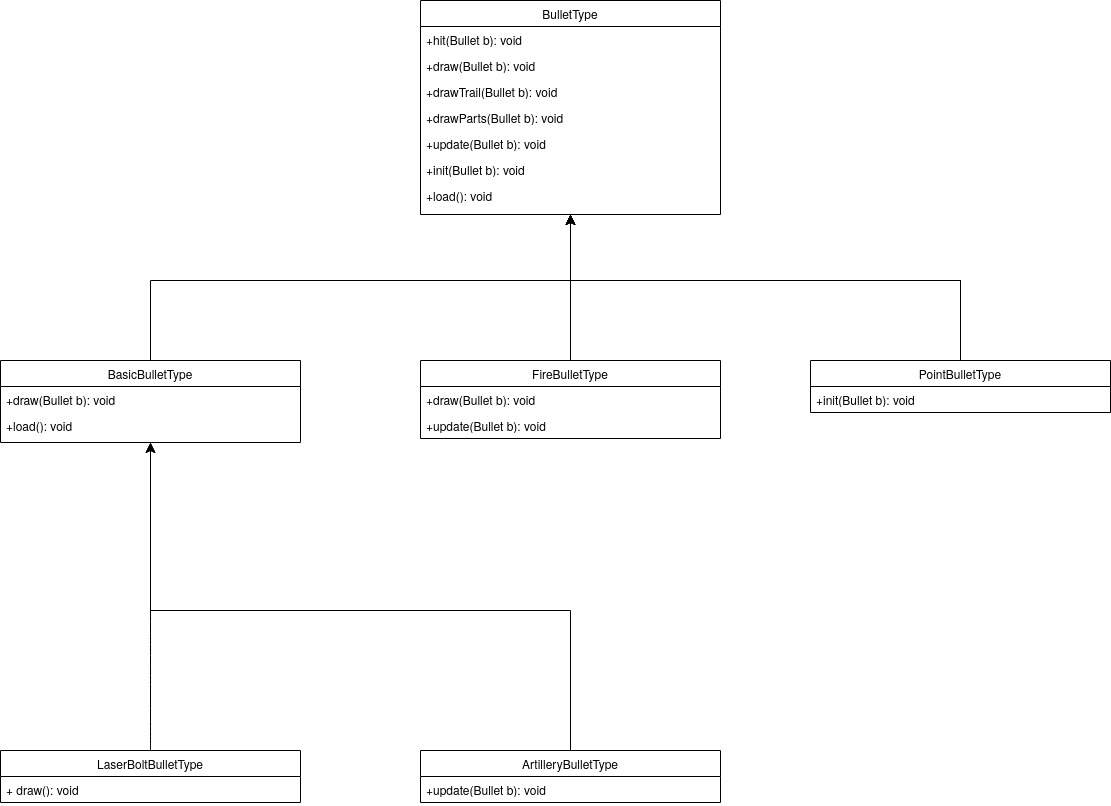
gabits17/Mindustry-Add-ons-SE-Project keeps this draw.io diagram as SE202526/Milestone2/DesignPatterns/ManuelOliveira/Assets/Template_diagram.png. Above is the earlier version. Source tidied: cells renumbered, new cells last; positions are measured from the earlier drawing's top-left corner, leaving out a move shared by most shapes.
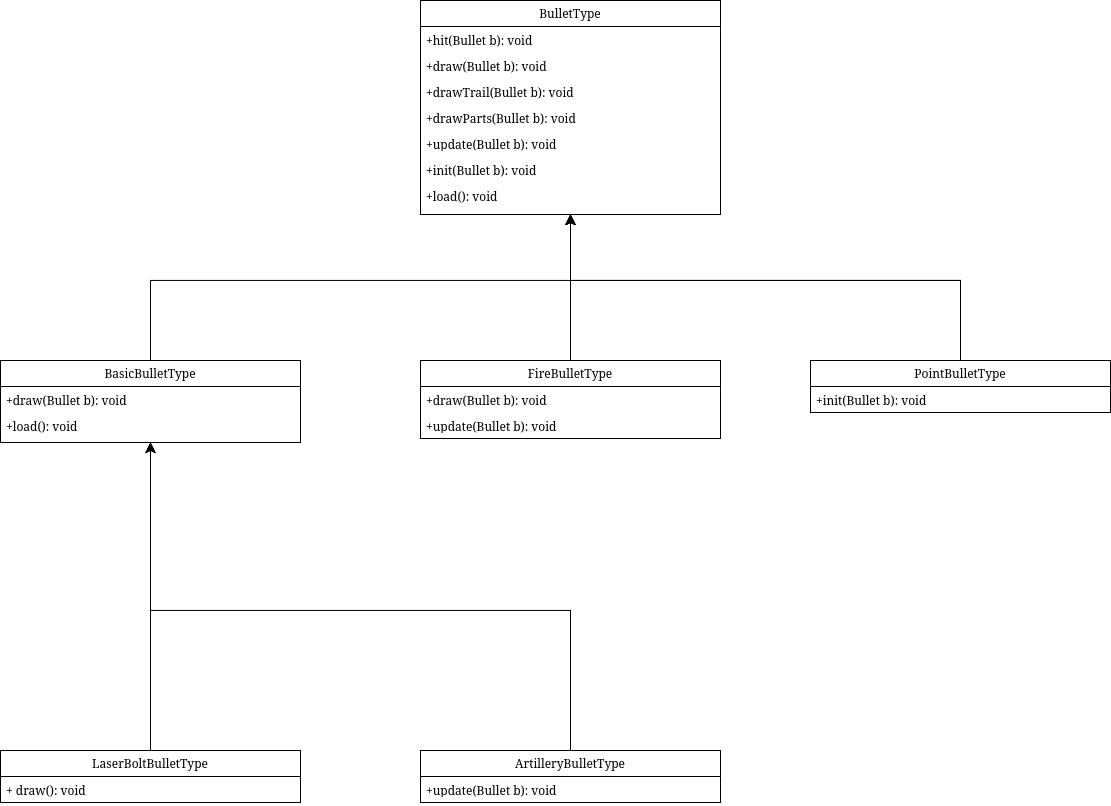
Above is the later version.

What changed in the source:
```diff
@@ -30,9 +30,9 @@
     <mxCell id="7" value="&lt;div&gt;BasicBulletType&lt;/div&gt;" style="swimlane;fontStyle=0;horizontal=1;startSize=26;fillColor=none;whiteSpace=wrap;html=1;" parent="1" vertex="1">
       <mxGeometry y="360" width="300" height="82" as="geometry" />
     </mxCell>
-    <mxCell id="8" value="+draw(Bullet b): void" style="text;strokeColor=none;fillColor=none;align=left;verticalAlign=top;spacingLeft=4;spacingRight=4;overflow=hidden;whiteSpace=wrap;html=1;" parent="7" vertex="1">
-      <mxGeometry y="26" width="300" height="26" as="geometry" />
-    </mxCell>
+    <mxCell id="28" value="+draw(Bullet b): void" style="text;strokeColor=none;fillColor=none;align=left;verticalAlign=top;spacingLeft=4;spacingRight=4;overflow=hidden;whiteSpace=wrap;html=1;" parent="7" vertex="1">
+      <mxGeometry y="26" width="300" height="26" as="geometry" />
+    </mxCell>
     <mxCell id="9" value="&lt;div&gt;+load(): void&lt;/div&gt;" style="text;strokeColor=none;fillColor=none;align=left;verticalAlign=top;spacingLeft=4;spacingRight=4;overflow=hidden;points=[[0,0.5],[1,0.5]];portConstraint=eastwest;whiteSpace=wrap;html=1;" parent="7" vertex="1">
       <mxGeometry y="52" width="300" height="30" as="geometry" />
     </mxCell>
@@ -63,20 +63,20 @@
     <mxCell id="18" value="FireBulletType" style="swimlane;fontStyle=0;horizontal=1;startSize=26;fillColor=none;whiteSpace=wrap;html=1;" parent="1" vertex="1">
       <mxGeometry x="420" y="360" width="300" height="78" as="geometry" />
     </mxCell>
-    <mxCell id="19" value="+draw(Bullet b): void" style="text;strokeColor=none;fillColor=none;align=left;verticalAlign=top;spacingLeft=4;spacingRight=4;overflow=hidden;whiteSpace=wrap;html=1;" parent="18" vertex="1">
-      <mxGeometry y="26" width="300" height="26" as="geometry" />
-    </mxCell>
+    <mxCell id="29" value="+draw(Bullet b): void" style="text;strokeColor=none;fillColor=none;align=left;verticalAlign=top;spacingLeft=4;spacingRight=4;overflow=hidden;whiteSpace=wrap;html=1;" parent="18" vertex="1">
+      <mxGeometry y="26" width="300" height="26" as="geometry" />
+    </mxCell>
     <mxCell id="20" value="+update(Bullet b): void" style="text;strokeColor=none;fillColor=none;align=left;verticalAlign=top;spacingLeft=4;spacingRight=4;overflow=hidden;whiteSpace=wrap;html=1;" parent="18" vertex="1">
       <mxGeometry y="52" width="300" height="26" as="geometry" />
     </mxCell>
-    <mxCell id="21" style="edgeStyle=orthogonalEdgeStyle;rounded=0;jettySize=auto;html=1;fontSize=12;startSize=8;endSize=8;entryX=0.5;entryY=1;entryDx=0;entryDy=0;" parent="1" edge="1" source="22" target="10">
-      <mxGeometry relative="1" as="geometry">
-        <Array as="points">
-          <mxPoint x="960" y="280" />
-          <mxPoint x="570" y="280" />
-        </Array>
-      </mxGeometry>
-    </mxCell>
+    <mxCell id="30" style="edgeStyle=orthogonalEdgeStyle;rounded=0;jettySize=auto;html=1;fontSize=12;startSize=8;endSize=8;entryX=0.5;entryY=1;entryDx=0;entryDy=0;" parent="1" edge="1" source="22" target="10">
+      <mxGeometry relative="1" as="geometry">
+        <Array as="points">
+          <mxPoint x="960" y="280" />
+          <mxPoint x="570" y="280" />
+        </Array>
+      </mxGeometry>
+    </mxCell>
     <mxCell id="22" value="PointBulletType" style="swimlane;fontStyle=0;horizontal=1;startSize=26;fillColor=none;whiteSpace=wrap;html=1;" parent="1" vertex="1">
       <mxGeometry x="810" y="360" width="300" height="52" as="geometry" />
     </mxCell>
@@ -97,13 +97,13 @@
         </Array>
       </mxGeometry>
     </mxCell>
-    <mxCell id="27" style="edgeStyle=orthogonalEdgeStyle;rounded=0;jettySize=auto;html=1;fontSize=12;startSize=8;endSize=8;entryX=0.5;entryY=1;entryDx=0;entryDy=0;" parent="1" edge="1" source="22" target="10">
-      <mxGeometry relative="1" as="geometry">
-        <Array as="points">
-          <mxPoint x="960" y="280" />
-          <mxPoint x="570" y="280" />
-        </Array>
-      </mxGeometry>
-    </mxCell>
+    <mxCell id="31" style="edgeStyle=orthogonalEdgeStyle;rounded=0;jettySize=auto;html=1;fontSize=12;startSize=8;endSize=8;entryX=0.5;entryY=1;entryDx=0;entryDy=0;" parent="1" edge="1" source="22" target="10">
+      <mxGeometry relative="1" as="geometry">
+        <Array as="points">
+          <mxPoint x="960" y="280" />
+          <mxPoint x="570" y="280" />
+        </Array>
+      </mxGeometry>
+    </mxCell>
   </root>
 </mxGraphModel>
```
